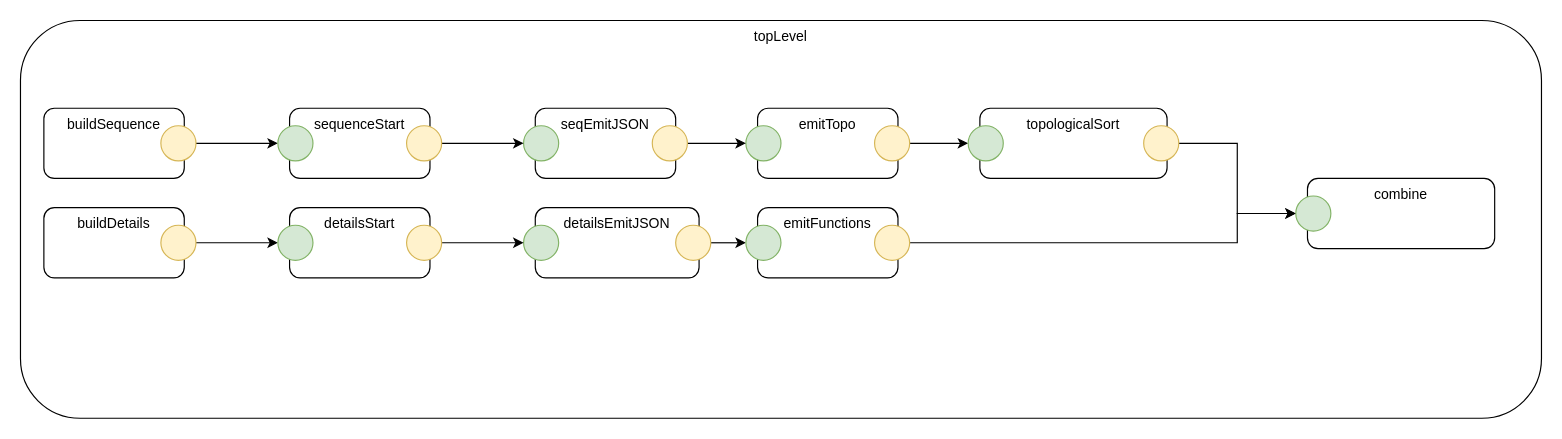
The draw.io diagram guitarvydas/sequencedogfood.drawio in guitarvydas/jam0001, before the edit. Source tidied: cells renumbered, new cells numbered last; positions are measured from the earlier drawing's top-left corner, leaving out a move shared by most shapes. Both pictures are drawn from the tidied source at 117%, with x=0, y=0 at pixel (-27, 20).
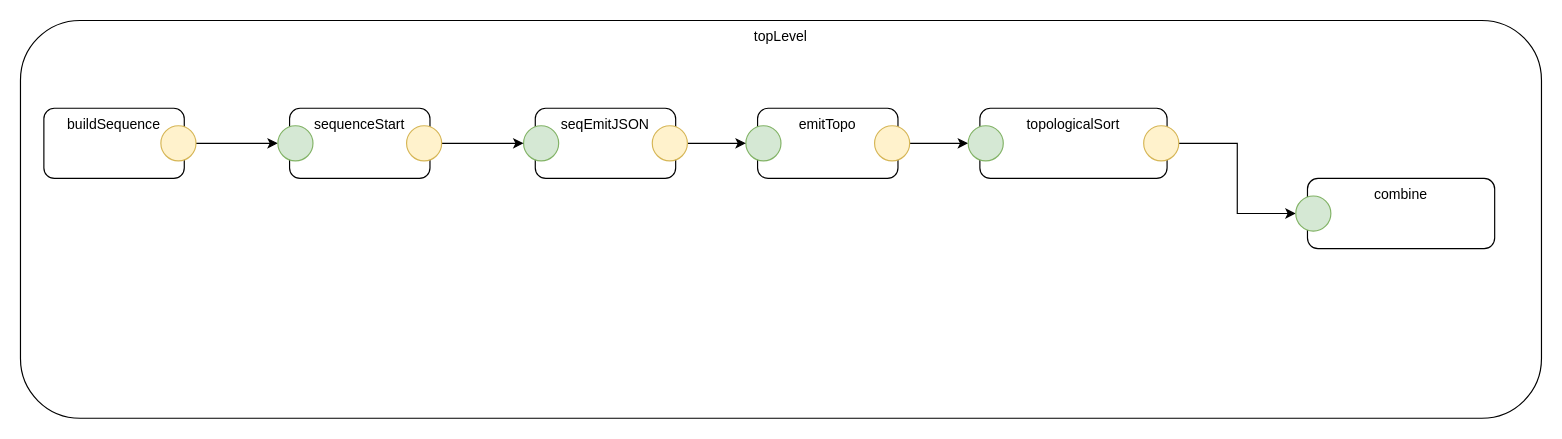
Above is the later version.

Unchanged cells that the change refers to:
```xml
<mxCell id="34" style="ellipse;whiteSpace=wrap;html=1;fillColor=#d5e8d4;align=center;strokeColor=#82b366;textOpacity=50;" parent="1" vertex="1">
  <mxGeometry x="1130" y="150" width="30" height="30" as="geometry" />
</mxCell>
```

The edit, as a diff of the source:
```diff
@@
-    <mxCell id="13" value="buildDetails" style="rounded=1;whiteSpace=wrap;html=1;verticalAlign=top;" parent="1" vertex="1">
-      <mxGeometry x="60" y="160" width="120" height="60" as="geometry" />
-    </mxCell>
-    <mxCell id="14" style="edgeStyle=orthogonalEdgeStyle;rounded=0;jettySize=auto;html=1;entryX=0;entryY=0.5;entryDx=0;entryDy=0;" parent="1" edge="1" source="15" target="22">
-      <mxGeometry relative="1" as="geometry" />
-    </mxCell>
-    <mxCell id="15" style="ellipse;whiteSpace=wrap;html=1;fillColor=#fff2cc;align=center;strokeColor=#d6b656;textOpacity=50;" parent="1" vertex="1">
-      <mxGeometry x="160" y="175" width="30" height="30" as="geometry" />
-    </mxCell>
@@
-    <mxCell id="17" value="detailsStart" style="rounded=1;whiteSpace=wrap;html=1;verticalAlign=top;" parent="1" vertex="1">
-      <mxGeometry x="270" y="160" width="120" height="60" as="geometry" />
-    </mxCell>
-    <mxCell id="18" value="detailsEmitJSON" style="rounded=1;whiteSpace=wrap;html=1;verticalAlign=top;" parent="1" vertex="1">
-      <mxGeometry x="480" y="160" width="140" height="60" as="geometry" />
-    </mxCell>
-    <mxCell id="19" style="ellipse;whiteSpace=wrap;html=1;fillColor=#d5e8d4;align=center;strokeColor=#82b366;textOpacity=50;" parent="1" vertex="1">
-      <mxGeometry x="470" y="175" width="30" height="30" as="geometry" />
-    </mxCell>
-    <mxCell id="20" style="edgeStyle=orthogonalEdgeStyle;rounded=0;jettySize=auto;html=1;entryX=0;entryY=0.5;entryDx=0;entryDy=0;" parent="1" edge="1" source="21" target="19">
-      <mxGeometry relative="1" as="geometry" />
-    </mxCell>
-    <mxCell id="21" style="ellipse;whiteSpace=wrap;html=1;fillColor=#fff2cc;align=center;strokeColor=#d6b656;textOpacity=50;" parent="1" vertex="1">
-      <mxGeometry x="370" y="175" width="30" height="30" as="geometry" />
-    </mxCell>
-    <mxCell id="22" style="ellipse;whiteSpace=wrap;html=1;fillColor=#d5e8d4;align=center;strokeColor=#82b366;textOpacity=50;" parent="1" vertex="1">
-      <mxGeometry x="260" y="175" width="30" height="30" as="geometry" />
-    </mxCell>
@@
-    <mxCell id="35" style="edgeStyle=orthogonalEdgeStyle;rounded=0;jettySize=auto;html=1;exitX=1;exitY=0.5;exitDx=0;exitDy=0;entryX=0;entryY=0.5;entryDx=0;entryDy=0;" parent="1" edge="1" source="36" target="40">
-      <mxGeometry relative="1" as="geometry" />
-    </mxCell>
-    <mxCell id="36" style="ellipse;whiteSpace=wrap;html=1;fillColor=#fff2cc;align=center;strokeColor=#d6b656;textOpacity=50;" parent="1" vertex="1">
-      <mxGeometry x="600" y="175" width="30" height="30" as="geometry" />
-    </mxCell>
-    <mxCell id="37" value="emitFunctions" style="rounded=1;whiteSpace=wrap;html=1;verticalAlign=top;" parent="1" vertex="1">
-      <mxGeometry x="670" y="160" width="120" height="60" as="geometry" />
-    </mxCell>
-    <mxCell id="38" style="edgeStyle=orthogonalEdgeStyle;rounded=0;jettySize=auto;html=1;exitX=1;exitY=0.5;exitDx=0;exitDy=0;entryX=0;entryY=0.5;entryDx=0;entryDy=0;" parent="1" edge="1" source="39" target="34">
-      <mxGeometry relative="1" as="geometry">
-        <Array as="points">
-          <mxPoint x="1080" y="190" />
-          <mxPoint x="1080" y="165" />
-        </Array>
-      </mxGeometry>
-    </mxCell>
-    <mxCell id="39" style="ellipse;whiteSpace=wrap;html=1;fillColor=#fff2cc;align=center;strokeColor=#d6b656;textOpacity=50;" parent="1" vertex="1">
-      <mxGeometry x="770" y="175" width="30" height="30" as="geometry" />
-    </mxCell>
-    <mxCell id="40" style="ellipse;whiteSpace=wrap;html=1;fillColor=#d5e8d4;align=center;strokeColor=#82b366;textOpacity=50;" parent="1" vertex="1">
-      <mxGeometry x="660" y="175" width="30" height="30" as="geometry" />
-    </mxCell>
```
